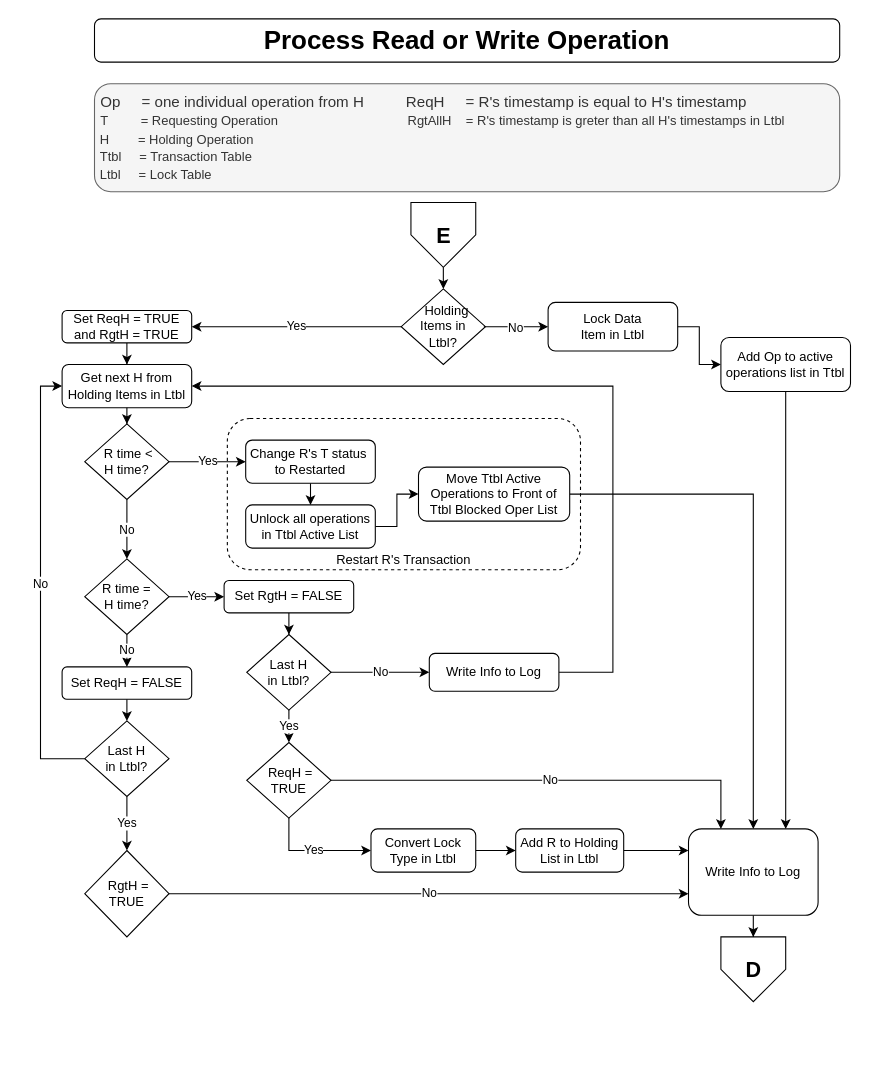
The draw.io diagram Design/CS 5570 Team4 Design - Scheduler - Handle Conflict.drawio in Rod-Skoglund/CS5570-Project, before the edit. Source tidied: cells renumbered, new cells numbered last; positions are measured from the earlier drawing's top-left corner, leaving out a move shared by most shapes. Both pictures are drawn from the tidied source at 108%, with x=0, y=0 at pixel (62, 18).
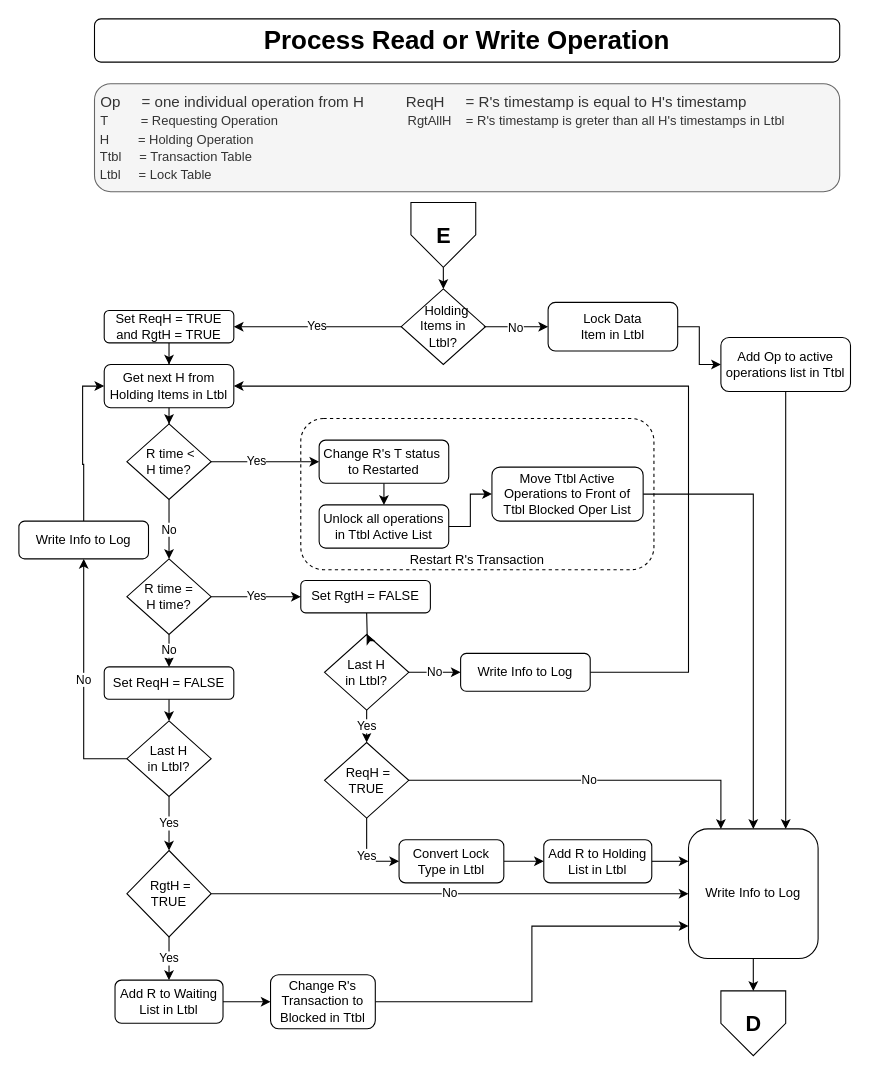
Above is the later version.

Commit message:
Design Complete

Change to the diagram source:
```diff
@@
     <mxCell id="2" value="Restart R's Transaction" style="rounded=1;whiteSpace=wrap;html=1;fontSize=12;glass=0;strokeWidth=1;shadow=0;dashed=1;verticalAlign=bottom;" parent="1" vertex="1">
-      <mxGeometry x="153" y="370" width="327" height="140" as="geometry" />
+      <mxGeometry x="221" y="370" width="327" height="140" as="geometry" />
     </mxCell>
@@
     <mxCell id="10" value="D" style="verticalLabelPosition=middle;verticalAlign=middle;html=1;shape=offPageConnector;rounded=0;size=0.5;labelPosition=center;align=center;fontSize=20;fontStyle=1;" parent="1" vertex="1">
-      <mxGeometry x="610" y="850" width="60" height="60" as="geometry" />
+      <mxGeometry x="610" y="900" width="60" height="60" as="geometry" />
     </mxCell>
@@
     <mxCell id="17" value="Set ReqH = TRUE and RgtH = TRUE" style="rounded=1;whiteSpace=wrap;html=1;fontSize=12;glass=0;strokeWidth=1;shadow=0;" parent="1" vertex="1">
-      <mxGeometry y="270" width="120" height="30" as="geometry" />
+      <mxGeometry x="39" y="270" width="120" height="30" as="geometry" />
     </mxCell>
@@
     <mxCell id="19" value="Get next H from Holding Items in Ltbl" style="rounded=1;whiteSpace=wrap;html=1;fontSize=12;glass=0;strokeWidth=1;shadow=0;" parent="1" vertex="1">
-      <mxGeometry y="320" width="120" height="40" as="geometry" />
+      <mxGeometry x="39" y="320" width="120" height="40" as="geometry" />
     </mxCell>
@@
     <mxCell id="22" value="&amp;nbsp;R time &amp;lt; &lt;br&gt;H time?" style="rhombus;whiteSpace=wrap;html=1;" parent="1" vertex="1">
-      <mxGeometry x="21" y="375" width="78" height="70" as="geometry" />
+      <mxGeometry x="60" y="375" width="78" height="70" as="geometry" />
     </mxCell>
@@
     <mxCell id="24" value="Write Info to Log" style="rounded=1;whiteSpace=wrap;html=1;fontSize=12;glass=0;strokeWidth=1;shadow=0;" parent="1" vertex="1">
-      <mxGeometry x="580" y="750" width="120" height="80" as="geometry" />
+      <mxGeometry x="580" y="750" width="120" height="120" as="geometry" />
     </mxCell>
@@
     <mxCell id="27" value="&amp;nbsp;R time =&amp;nbsp;&lt;br&gt;H time?" style="rhombus;whiteSpace=wrap;html=1;" parent="1" vertex="1">
-      <mxGeometry x="21" y="500" width="78" height="70" as="geometry" />
+      <mxGeometry x="60" y="500" width="78" height="70" as="geometry" />
     </mxCell>
@@
     <mxCell id="29" value="Last H &lt;br&gt;in Ltbl?" style="rhombus;whiteSpace=wrap;html=1;" parent="1" vertex="1">
-      <mxGeometry x="171" y="570" width="78" height="70" as="geometry" />
+      <mxGeometry x="243" y="570" width="78" height="70" as="geometry" />
     </mxCell>
-    <mxCell id="30" style="edgeStyle=orthogonalEdgeStyle;rounded=0;jettySize=auto;html=1;" parent="1" edge="1" source="31" target="29">
-      <mxGeometry relative="1" as="geometry" />
+    <mxCell id="30" style="edgeStyle=orthogonalEdgeStyle;rounded=0;jettySize=auto;html=1;" parent="1" edge="1" target="29">
+      <mxGeometry relative="1" as="geometry">
+        <mxPoint x="282" y="550" as="sourcePoint" />
+      </mxGeometry>
     </mxCell>
     <mxCell id="31" value="Set RgtH = FALSE" style="rounded=1;whiteSpace=wrap;html=1;fontSize=12;glass=0;strokeWidth=1;shadow=0;" parent="1" vertex="1">
-      <mxGeometry x="150" y="520" width="120" height="30" as="geometry" />
+      <mxGeometry x="221" y="520" width="120" height="30" as="geometry" />
     </mxCell>
@@
     <mxCell id="33" value="Change R's T status&amp;nbsp;&lt;br&gt;to Restarted" style="rounded=1;whiteSpace=wrap;html=1;fontSize=12;glass=0;strokeWidth=1;shadow=0;" parent="1" vertex="1">
-      <mxGeometry x="170" y="390" width="120" height="40" as="geometry" />
+      <mxGeometry x="238" y="390" width="120" height="40" as="geometry" />
     </mxCell>
@@
     <mxCell id="35" value="Unlock all operations in Ttbl Active List" style="rounded=1;whiteSpace=wrap;html=1;fontSize=12;glass=0;strokeWidth=1;shadow=0;" parent="1" vertex="1">
-      <mxGeometry x="170" y="450" width="120" height="40" as="geometry" />
+      <mxGeometry x="238" y="450" width="120" height="40" as="geometry" />
     </mxCell>
@@
     <mxCell id="37" value="Move Ttbl Active Operations to Front of Ttbl Blocked Oper List" style="rounded=1;whiteSpace=wrap;html=1;fontSize=12;glass=0;strokeWidth=1;shadow=0;" parent="1" vertex="1">
-      <mxGeometry x="330" y="415" width="140" height="50" as="geometry" />
+      <mxGeometry x="398" y="415" width="140" height="50" as="geometry" />
     </mxCell>
@@
     <mxCell id="40" value="&amp;nbsp;ReqH = TRUE" style="rhombus;whiteSpace=wrap;html=1;" parent="1" vertex="1">
-      <mxGeometry x="171" y="670" width="78" height="70" as="geometry" />
+      <mxGeometry x="243" y="670" width="78" height="70" as="geometry" />
     </mxCell>
     <mxCell id="41" style="edgeStyle=orthogonalEdgeStyle;rounded=0;jettySize=auto;html=1;exitX=1;exitY=0.5;exitDx=0;exitDy=0;entryX=1;entryY=0.5;entryDx=0;entryDy=0;" parent="1" edge="1" source="42" target="19">
       <mxGeometry relative="1" as="geometry">
         <Array as="points">
-          <mxPoint x="510" y="605" />
-          <mxPoint x="510" y="340" />
+          <mxPoint x="580" y="605" />
+          <mxPoint x="580" y="340" />
         </Array>
       </mxGeometry>
     </mxCell>
     <mxCell id="42" value="Write Info to Log" style="rounded=1;whiteSpace=wrap;html=1;fontSize=12;glass=0;strokeWidth=1;shadow=0;" parent="1" vertex="1">
-      <mxGeometry x="340" y="587.5" width="120" height="35" as="geometry" />
+      <mxGeometry x="369" y="587.5" width="120" height="35" as="geometry" />
     </mxCell>
@@
     <mxCell id="45" value="Convert Lock &lt;br&gt;Type in Ltbl" style="rounded=1;whiteSpace=wrap;html=1;fontSize=12;glass=0;strokeWidth=1;shadow=0;" parent="1" vertex="1">
-      <mxGeometry x="286" y="750" width="97" height="40" as="geometry" />
+      <mxGeometry x="312" y="760" width="97" height="40" as="geometry" />
     </mxCell>
@@
     <mxCell id="47" value="Add R to Holding List in Ltbl" style="rounded=1;whiteSpace=wrap;html=1;fontSize=12;glass=0;strokeWidth=1;shadow=0;" parent="1" vertex="1">
-      <mxGeometry x="420" y="750" width="100" height="40" as="geometry" />
+      <mxGeometry x="446" y="760" width="100" height="40" as="geometry" />
     </mxCell>
@@
     <mxCell id="49" value="Set ReqH = FALSE" style="rounded=1;whiteSpace=wrap;html=1;fontSize=12;glass=0;strokeWidth=1;shadow=0;" parent="1" vertex="1">
-      <mxGeometry y="600" width="120" height="30" as="geometry" />
+      <mxGeometry x="39" y="600" width="120" height="30" as="geometry" />
     </mxCell>
@@
-    <mxCell id="51" value="No" style="edgeStyle=orthogonalEdgeStyle;rounded=0;jettySize=auto;html=1;exitX=0;exitY=0.5;exitDx=0;exitDy=0;entryX=0;entryY=0.5;entryDx=0;entryDy=0;" parent="1" edge="1" source="52" target="19">
+    <mxCell id="51" value="No" style="edgeStyle=orthogonalEdgeStyle;rounded=0;jettySize=auto;html=1;exitX=0;exitY=0.5;exitDx=0;exitDy=0;entryX=0.5;entryY=1;entryDx=0;entryDy=0;" parent="1" edge="1" source="52" target="61">
       <mxGeometry relative="1" as="geometry" />
     </mxCell>
     <mxCell id="52" value="Last H &lt;br&gt;in Ltbl?" style="rhombus;whiteSpace=wrap;html=1;" parent="1" vertex="1">
-      <mxGeometry x="21" y="650" width="78" height="70" as="geometry" />
+      <mxGeometry x="60" y="650" width="78" height="70" as="geometry" />
     </mxCell>
-    <mxCell id="53" value="No" style="edgeStyle=orthogonalEdgeStyle;rounded=0;jettySize=auto;html=1;exitX=1;exitY=0.5;exitDx=0;exitDy=0;entryX=0;entryY=0.75;entryDx=0;entryDy=0;" parent="1" edge="1" source="54" target="24">
+    <mxCell id="53" value="No" style="edgeStyle=orthogonalEdgeStyle;rounded=0;jettySize=auto;html=1;exitX=1;exitY=0.5;exitDx=0;exitDy=0;" parent="1" edge="1" source="54" target="24">
       <mxGeometry relative="1" as="geometry" />
     </mxCell>
+    <mxCell id="55" value="Yes" style="edgeStyle=orthogonalEdgeStyle;rounded=0;jettySize=auto;html=1;exitX=0.5;exitY=1;exitDx=0;exitDy=0;entryX=0.5;entryY=0;entryDx=0;entryDy=0;" parent="1" edge="1" source="54" target="59">
+      <mxGeometry relative="1" as="geometry" />
+    </mxCell>
     <mxCell id="54" value="&amp;nbsp;RgtH = TRUE" style="rhombus;whiteSpace=wrap;html=1;" parent="1" vertex="1">
-      <mxGeometry x="21" y="770" width="78" height="80" as="geometry" />
+      <mxGeometry x="60" y="770" width="78" height="80" as="geometry" />
     </mxCell>
+    <mxCell id="56" style="edgeStyle=orthogonalEdgeStyle;rounded=0;jettySize=auto;html=1;exitX=1;exitY=0.5;exitDx=0;exitDy=0;entryX=0;entryY=0.75;entryDx=0;entryDy=0;" parent="1" edge="1" source="57" target="24">
+      <mxGeometry relative="1" as="geometry" />
+    </mxCell>
+    <mxCell id="57" value="Change R's Transaction to Blocked in Ttbl" style="rounded=1;whiteSpace=wrap;html=1;fontSize=12;glass=0;strokeWidth=1;shadow=0;" parent="1" vertex="1">
+      <mxGeometry x="193" y="885" width="97" height="50" as="geometry" />
+    </mxCell>
+    <mxCell id="58" style="edgeStyle=orthogonalEdgeStyle;rounded=0;jettySize=auto;html=1;exitX=1;exitY=0.5;exitDx=0;exitDy=0;entryX=0;entryY=0.5;entryDx=0;entryDy=0;" parent="1" edge="1" source="59" target="57">
+      <mxGeometry relative="1" as="geometry" />
+    </mxCell>
+    <mxCell id="59" value="Add R to Waiting List in Ltbl" style="rounded=1;whiteSpace=wrap;html=1;fontSize=12;glass=0;strokeWidth=1;shadow=0;" parent="1" vertex="1">
+      <mxGeometry x="49" y="890" width="100" height="40" as="geometry" />
+    </mxCell>
+    <mxCell id="60" style="edgeStyle=orthogonalEdgeStyle;rounded=0;jettySize=auto;html=1;exitX=0.5;exitY=0;exitDx=0;exitDy=0;entryX=0;entryY=0.5;entryDx=0;entryDy=0;" parent="1" edge="1" source="61" target="19">
+      <mxGeometry relative="1" as="geometry" />
+    </mxCell>
+    <mxCell id="61" value="Write Info to Log" style="rounded=1;whiteSpace=wrap;html=1;fontSize=12;glass=0;strokeWidth=1;shadow=0;" parent="1" vertex="1">
+      <mxGeometry x="-40" y="465" width="120" height="35" as="geometry" />
+    </mxCell>
```
